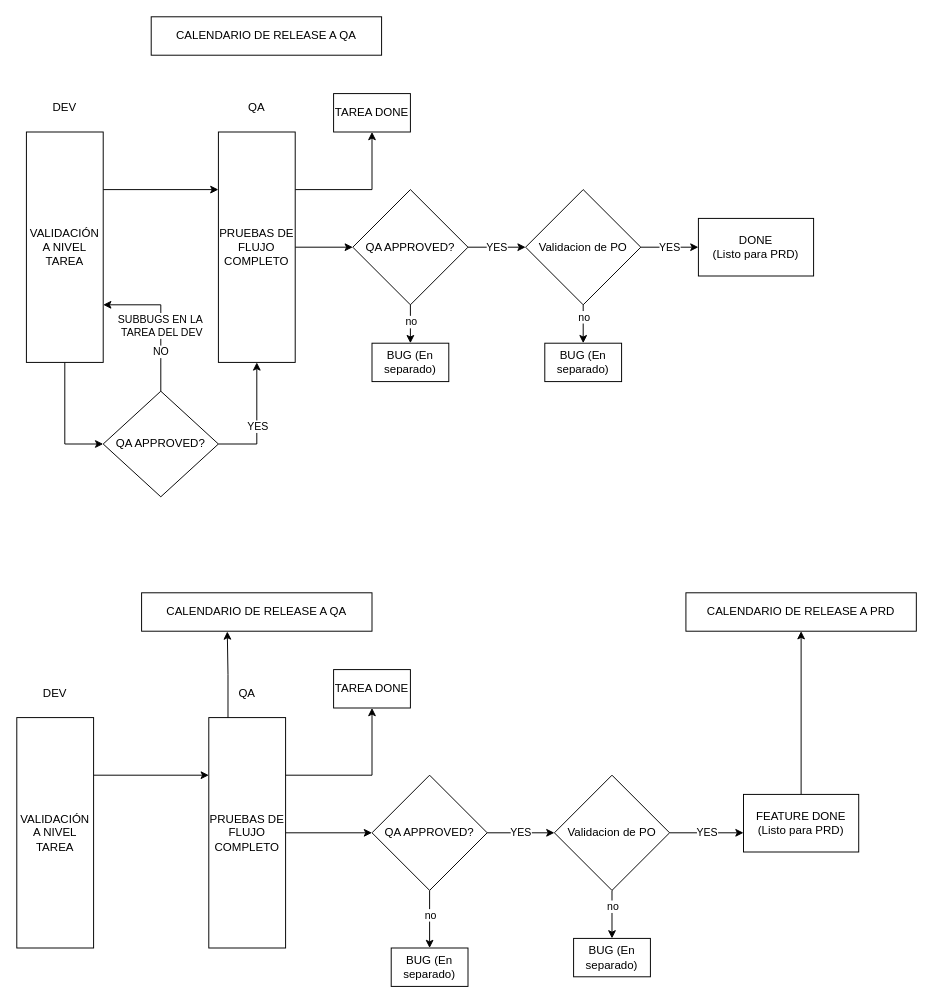
This is Flujo de desarrollo-dev piq5.drawio from marcelatanaka-datascience/diagrams, a draw.io file, before an edit. Source tidied: cells renumbered, new cells numbered last; positions are measured from the earlier drawing's top-left corner, leaving out a move shared by most shapes. Both pictures are drawn from the tidied source at 96%, with x=0, y=0 at pixel (16, 16).
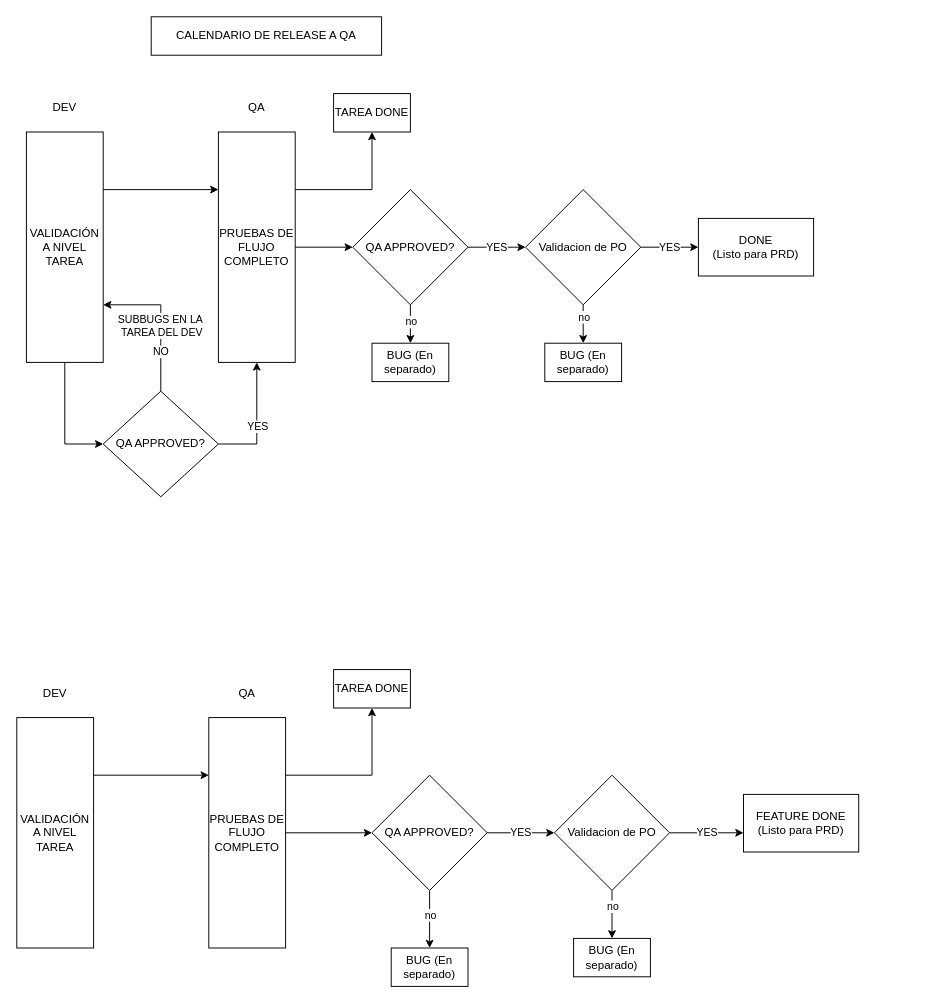
Above is the later version.

Unchanged cells that the change refers to:
```xml
<mxCell id="31" value="PRUEBAS DE FLUJO COMPLETO" style="rounded=0;whiteSpace=wrap;html=1;" parent="1" vertex="1">
  <mxGeometry x="200" y="730" width="80" height="240" as="geometry" />
</mxCell>
<mxCell id="44" value="FEATURE DONE&lt;br&gt;&lt;div&gt;(Listo para PRD)&lt;/div&gt;" style="whiteSpace=wrap;html=1;" parent="1" vertex="1">
  <mxGeometry x="757" y="810" width="120" height="60" as="geometry" />
</mxCell>
```

What changed in the source:
```diff
@@
-    <mxCell id="43" style="edgeStyle=orthogonalEdgeStyle;rounded=0;jettySize=auto;html=1;exitX=0.5;exitY=0;exitDx=0;exitDy=0;entryX=0.5;entryY=1;entryDx=0;entryDy=0;" parent="1" edge="1" source="44" target="50">
-      <mxGeometry relative="1" as="geometry" />
-    </mxCell>
@@
-    <mxCell id="48" value="CALENDARIO DE RELEASE A QA" style="rounded=0;whiteSpace=wrap;html=1;" parent="1" vertex="1">
-      <mxGeometry x="130" y="600" width="240" height="40" as="geometry" />
-    </mxCell>
@@
-    <mxCell id="50" value="CALENDARIO DE RELEASE A PRD" style="rounded=0;whiteSpace=wrap;html=1;" parent="1" vertex="1">
-      <mxGeometry x="697" y="600" width="240" height="40" as="geometry" />
-    </mxCell>
-    <mxCell id="51" style="edgeStyle=orthogonalEdgeStyle;rounded=0;jettySize=auto;html=1;exitX=0.25;exitY=0;exitDx=0;exitDy=0;entryX=0.372;entryY=1.008;entryDx=0;entryDy=0;entryPerimeter=0;" parent="1" edge="1" source="31" target="48">
-      <mxGeometry relative="1" as="geometry" />
-    </mxCell>
```
